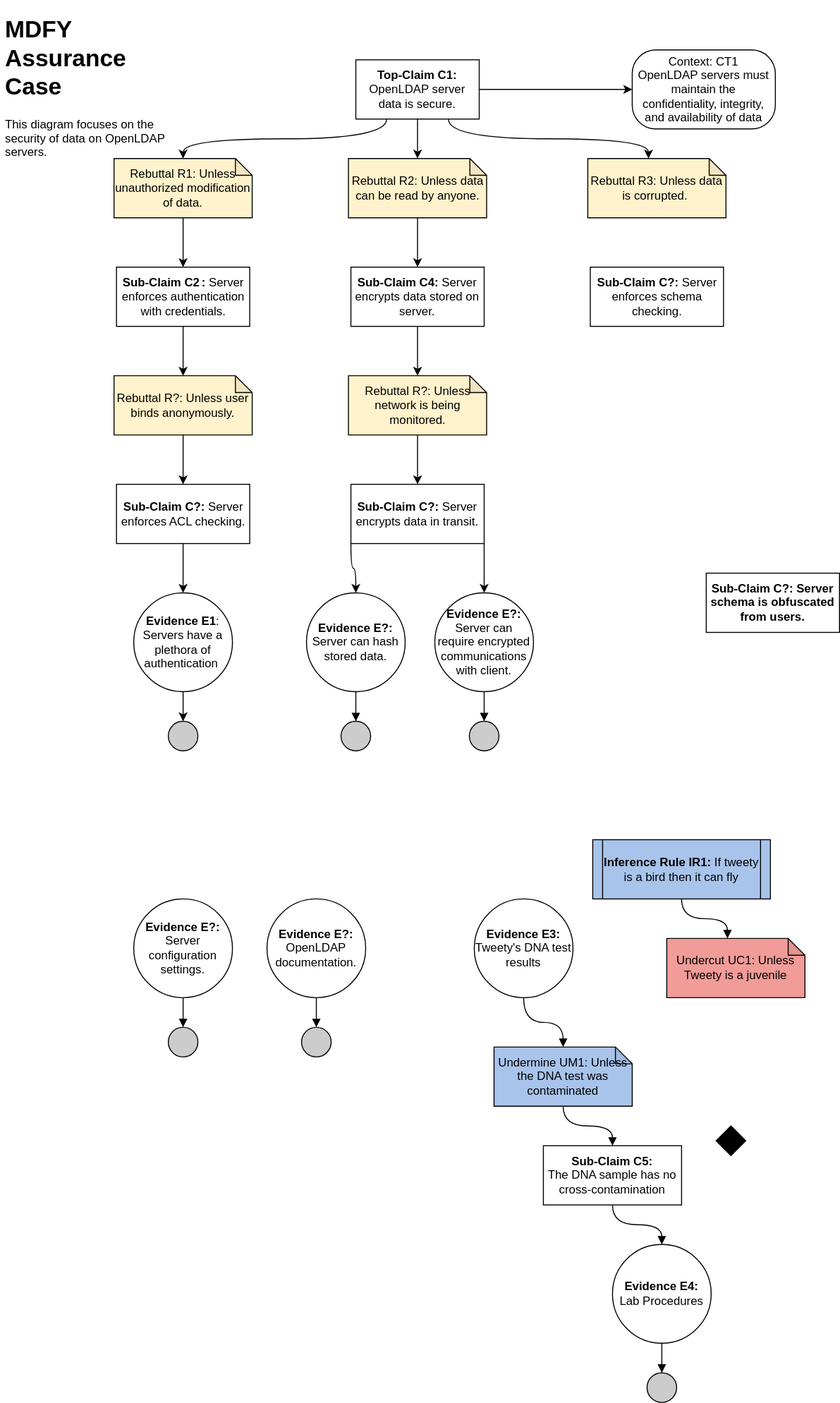
The draw.io diagram images/MDFY_Assurance_Case.drawio.svg in bartelsjoshuac/SAPG, before a commit. Source tidied: cells renumbered, new cells last; positions are measured from the earlier drawing's top-left corner, leaving out a move shared by most shapes.
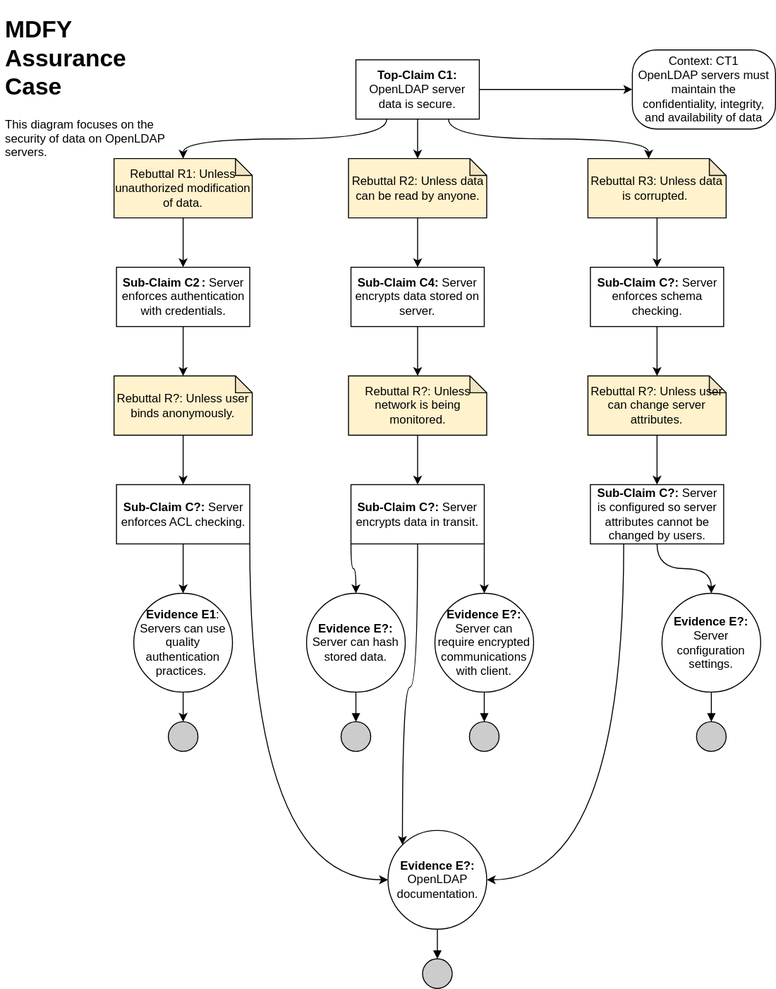
After the commit.

The edit, as a diff of the source:
```diff
@@ -20,60 +20,21 @@
     <mxCell id="7" style="edgeStyle=orthogonalEdgeStyle;rounded=0;jettySize=auto;html=1;exitX=0.5;exitY=1;exitDx=0;exitDy=0;entryX=0.5;entryY=0;entryDx=0;entryDy=0;" parent="1" edge="1" source="8" target="11">
       <mxGeometry relative="1" as="geometry" />
     </mxCell>
-    <mxCell id="8" value="&lt;b&gt;Evidence E1&lt;/b&gt;:&lt;br&gt;Servers have a plethora of authentication&amp;nbsp;" style="ellipse;whiteSpace=wrap;html=1;fillColor=#ffffff;rounded=0;" parent="1" vertex="1">
+    <mxCell id="8" value="&lt;b&gt;Evidence E1&lt;/b&gt;:&lt;br&gt;Servers can use quality authentication practices.&amp;nbsp;" style="ellipse;whiteSpace=wrap;html=1;fillColor=#ffffff;rounded=0;" parent="1" vertex="1">
       <mxGeometry x="135" y="590" width="100" height="100" as="geometry" />
     </mxCell>
     <mxCell id="9" style="edgeStyle=orthogonalEdgeStyle;curved=1;rounded=0;jettySize=auto;html=1;entryX=0.5;entryY=0;entryDx=0;entryDy=0;endArrow=block;endFill=1;" parent="1" edge="1" source="10" target="12">
       <mxGeometry relative="1" as="geometry" />
     </mxCell>
     <mxCell id="10" value="&lt;b&gt;Evidence E?:&lt;/b&gt;&lt;br&gt;OpenLDAP documentation." style="ellipse;whiteSpace=wrap;html=1;fillColor=#ffffff;rounded=0;" parent="1" vertex="1">
-      <mxGeometry x="270" y="900" width="100" height="100" as="geometry" />
+      <mxGeometry x="392.5" y="830" width="100" height="100" as="geometry" />
     </mxCell>
     <mxCell id="11" style="ellipse;whiteSpace=wrap;html=1;fillColor=#CCCCCC;" parent="1" vertex="1">
       <mxGeometry x="170" y="720" width="30" height="30" as="geometry" />
     </mxCell>
     <mxCell id="12" style="ellipse;whiteSpace=wrap;html=1;fillColor=#CCCCCC;" parent="1" vertex="1">
-      <mxGeometry x="305" y="1030" width="30" height="30" as="geometry" />
+      <mxGeometry x="427.5" y="960" width="30" height="30" as="geometry" />
     </mxCell>
-    <mxCell id="13" style="edgeStyle=orthogonalEdgeStyle;curved=1;rounded=0;jettySize=auto;html=1;entryX=0.5;entryY=0;entryDx=0;entryDy=0;entryPerimeter=0;endArrow=block;endFill=1;" parent="1" edge="1" source="14" target="16">
-      <mxGeometry relative="1" as="geometry" />
-    </mxCell>
-    <mxCell id="14" value="&lt;b&gt;Evidence E3:&lt;/b&gt;&lt;br&gt;Tweety's DNA test results" style="ellipse;whiteSpace=wrap;html=1;fillColor=#ffffff;rounded=0;" parent="1" vertex="1">
-      <mxGeometry x="480" y="900" width="100" height="100" as="geometry" />
-    </mxCell>
-    <mxCell id="15" style="edgeStyle=orthogonalEdgeStyle;curved=1;rounded=0;jettySize=auto;html=1;endArrow=block;endFill=1;" parent="1" edge="1" source="16" target="18">
-      <mxGeometry relative="1" as="geometry" />
-    </mxCell>
-    <mxCell id="16" value="Undermine UM1: Unless the DNA test was contaminated" style="shape=note;whiteSpace=wrap;html=1;backgroundOutline=1;darkOpacity=0.05;size=17;fillColor=#A9C4EB;" parent="1" vertex="1">
-      <mxGeometry x="500" y="1050" width="140" height="60" as="geometry" />
-    </mxCell>
-    <mxCell id="17" style="edgeStyle=orthogonalEdgeStyle;curved=1;rounded=0;jettySize=auto;html=1;endArrow=block;endFill=1;" parent="1" edge="1" source="18" target="20">
-      <mxGeometry relative="1" as="geometry" />
-    </mxCell>
-    <mxCell id="18" value="&lt;b&gt;Sub-Claim C5:&lt;br&gt;&lt;/b&gt;The DNA sample has no cross-contamination" style="rounded=0;whiteSpace=wrap;html=1;" parent="1" vertex="1">
-      <mxGeometry x="550" y="1150" width="140" height="60" as="geometry" />
-    </mxCell>
-    <mxCell id="19" style="edgeStyle=orthogonalEdgeStyle;curved=1;rounded=0;jettySize=auto;html=1;entryX=0.5;entryY=0;entryDx=0;entryDy=0;endArrow=block;endFill=1;" parent="1" edge="1" source="20" target="21">
-      <mxGeometry relative="1" as="geometry" />
-    </mxCell>
-    <mxCell id="20" value="&lt;b&gt;Evidence E4:&lt;/b&gt;&lt;br&gt;Lab Procedures" style="ellipse;whiteSpace=wrap;html=1;fillColor=#ffffff;rounded=0;" parent="1" vertex="1">
-      <mxGeometry x="620" y="1250" width="100" height="100" as="geometry" />
-    </mxCell>
-    <mxCell id="21" style="ellipse;whiteSpace=wrap;html=1;fillColor=#CCCCCC;" parent="1" vertex="1">
-      <mxGeometry x="655" y="1380" width="30" height="30" as="geometry" />
-    </mxCell>
-    <mxCell id="22" style="edgeStyle=orthogonalEdgeStyle;curved=1;rounded=0;jettySize=auto;html=1;entryX=0;entryY=0;entryDx=61.5;entryDy=0;entryPerimeter=0;endArrow=block;endFill=1;" parent="1" edge="1" source="23" target="24">
-      <mxGeometry relative="1" as="geometry" />
-    </mxCell>
-    <mxCell id="23" value="&lt;b&gt;Inference Rule IR1:&lt;/b&gt; If tweety is a bird then it can fly" style="shape=process;whiteSpace=wrap;html=1;backgroundOutline=1;fillColor=#A9C4EB;size=0.05555555555555555;" parent="1" vertex="1">
-      <mxGeometry x="600" y="840" width="180" height="60" as="geometry" />
-    </mxCell>
-    <mxCell id="24" value="Undercut UC1: Unless Tweety is a juvenile" style="shape=note;whiteSpace=wrap;html=1;backgroundOutline=1;darkOpacity=0.05;size=17;fillColor=#F19C99;" parent="1" vertex="1">
-      <mxGeometry x="675" y="940" width="140" height="60" as="geometry" />
-    </mxCell>
-    <mxCell id="25" style="rhombus;whiteSpace=wrap;html=1;fillColor=#000000;" parent="1" vertex="1">
-      <mxGeometry x="725" y="1130" width="30" height="30" as="geometry" />
-    </mxCell>
     <mxCell id="26" value="&lt;b&gt;Sub-Claim C2&lt;span style=&quot;white-space: pre;&quot;&gt;&#9;&lt;/span&gt;: &lt;/b&gt;Server enforces authentication with credentials." style="rounded=0;whiteSpace=wrap;html=1;" parent="1" vertex="1">
       <mxGeometry x="117.5" y="260" width="135" height="60" as="geometry" />
     </mxCell>
@@ -83,6 +44,9 @@
     <mxCell id="28" value="Rebuttal R1: Unless unauthorized modification of data." style="shape=note;whiteSpace=wrap;html=1;backgroundOutline=1;darkOpacity=0.05;size=17;fillColor=#FFF2CC;" parent="1" vertex="1">
       <mxGeometry x="115" y="150" width="140" height="60" as="geometry" />
     </mxCell>
+    <mxCell id="57" style="edgeStyle=orthogonalEdgeStyle;rounded=0;jettySize=auto;html=1;exitX=0.5;exitY=1;exitDx=0;exitDy=0;exitPerimeter=0;entryX=0.5;entryY=0;entryDx=0;entryDy=0;" parent="1" edge="1" source="29" target="34">
+      <mxGeometry relative="1" as="geometry" />
+    </mxCell>
     <mxCell id="29" value="Rebuttal R3: Unless data is corrupted.&amp;nbsp;" style="shape=note;whiteSpace=wrap;html=1;backgroundOutline=1;darkOpacity=0.05;size=17;fillColor=#FFF2CC;" parent="1" vertex="1">
       <mxGeometry x="595" y="150" width="140" height="60" as="geometry" />
     </mxCell>
@@ -101,9 +65,6 @@
     <mxCell id="34" value="&lt;b&gt;Sub-Claim C?: &lt;/b&gt;Server enforces schema checking." style="rounded=0;whiteSpace=wrap;html=1;" parent="1" vertex="1">
       <mxGeometry x="597.5" y="260" width="135" height="60" as="geometry" />
     </mxCell>
-    <mxCell id="35" value="&lt;b&gt;Sub-Claim C?: Server schema is obfuscated from users.&lt;br&gt;&lt;/b&gt;" style="rounded=0;whiteSpace=wrap;html=1;" parent="1" vertex="1">
-      <mxGeometry x="715" y="570" width="135" height="60" as="geometry" />
-    </mxCell>
     <mxCell id="36" style="edgeStyle=orthogonalEdgeStyle;rounded=0;jettySize=auto;html=1;exitX=0.5;exitY=1;exitDx=0;exitDy=0;exitPerimeter=0;entryX=0.5;entryY=0;entryDx=0;entryDy=0;" parent="1" edge="1" source="37" target="43">
       <mxGeometry relative="1" as="geometry" />
     </mxCell>
@@ -119,12 +80,18 @@
     <mxCell id="40" style="edgeStyle=orthogonalEdgeStyle;rounded=0;jettySize=auto;html=1;exitX=1;exitY=1;exitDx=0;exitDy=0;entryX=0.5;entryY=0;entryDx=0;entryDy=0;" parent="1" edge="1" source="41" target="55">
       <mxGeometry relative="1" as="geometry" />
     </mxCell>
+    <mxCell id="58" style="edgeStyle=orthogonalEdgeStyle;rounded=0;jettySize=auto;html=1;exitX=0.5;exitY=1;exitDx=0;exitDy=0;entryX=0;entryY=0;entryDx=0;entryDy=0;curved=1;" parent="1" edge="1" source="41" target="10">
+      <mxGeometry relative="1" as="geometry" />
+    </mxCell>
     <mxCell id="41" value="&lt;b&gt;Sub-Claim C?: &lt;/b&gt;Server encrypts data in transit." style="rounded=0;whiteSpace=wrap;html=1;" parent="1" vertex="1">
       <mxGeometry x="355" y="480" width="135" height="60" as="geometry" />
     </mxCell>
     <mxCell id="42" style="edgeStyle=orthogonalEdgeStyle;rounded=0;jettySize=auto;html=1;exitX=0.5;exitY=1;exitDx=0;exitDy=0;entryX=0.5;entryY=0;entryDx=0;entryDy=0;" parent="1" edge="1" source="43" target="8">
       <mxGeometry relative="1" as="geometry" />
     </mxCell>
+    <mxCell id="59" style="edgeStyle=orthogonalEdgeStyle;rounded=0;jettySize=auto;html=1;exitX=1;exitY=1;exitDx=0;exitDy=0;entryX=0;entryY=0.5;entryDx=0;entryDy=0;curved=1;" parent="1" edge="1" source="43" target="10">
+      <mxGeometry relative="1" as="geometry" />
+    </mxCell>
     <mxCell id="43" value="&lt;b&gt;Sub-Claim C?: &lt;/b&gt;Server enforces ACL checking." style="rounded=0;whiteSpace=wrap;html=1;" parent="1" vertex="1">
       <mxGeometry x="117.5" y="480" width="135" height="60" as="geometry" />
     </mxCell>
@@ -144,10 +111,10 @@
       <mxGeometry relative="1" as="geometry" />
     </mxCell>
     <mxCell id="49" value="&lt;b&gt;Evidence E?: &lt;/b&gt;Server configuration settings." style="ellipse;whiteSpace=wrap;html=1;fillColor=#ffffff;rounded=0;" parent="1" vertex="1">
-      <mxGeometry x="135" y="900" width="100" height="100" as="geometry" />
+      <mxGeometry x="670" y="590" width="100" height="100" as="geometry" />
     </mxCell>
     <mxCell id="50" style="ellipse;whiteSpace=wrap;html=1;fillColor=#CCCCCC;" parent="1" vertex="1">
-      <mxGeometry x="170" y="1030" width="30" height="30" as="geometry" />
+      <mxGeometry x="705" y="720" width="30" height="30" as="geometry" />
     </mxCell>
     <mxCell id="51" style="edgeStyle=orthogonalEdgeStyle;curved=1;rounded=0;jettySize=auto;html=1;entryX=0.5;entryY=0;entryDx=0;entryDy=0;endArrow=block;endFill=1;" parent="1" edge="1" source="52" target="53">
       <mxGeometry relative="1" as="geometry" />
@@ -167,5 +134,23 @@
     <mxCell id="56" style="ellipse;whiteSpace=wrap;html=1;fillColor=#CCCCCC;" parent="1" vertex="1">
       <mxGeometry x="475" y="720" width="30" height="30" as="geometry" />
     </mxCell>
+    <mxCell id="60" style="edgeStyle=orthogonalEdgeStyle;rounded=0;jettySize=auto;html=1;exitX=0.5;exitY=1;exitDx=0;exitDy=0;exitPerimeter=0;entryX=0.5;entryY=0;entryDx=0;entryDy=0;" parent="1" edge="1" source="61" target="65">
+      <mxGeometry relative="1" as="geometry" />
+    </mxCell>
+    <mxCell id="61" value="Rebuttal R?: Unless user can change server attributes." style="shape=note;whiteSpace=wrap;html=1;backgroundOutline=1;darkOpacity=0.05;size=17;fillColor=#FFF2CC;" parent="1" vertex="1">
+      <mxGeometry x="595" y="370" width="140" height="60" as="geometry" />
+    </mxCell>
+    <mxCell id="62" style="edgeStyle=orthogonalEdgeStyle;rounded=0;jettySize=auto;html=1;exitX=0.5;exitY=1;exitDx=0;exitDy=0;entryX=0.5;entryY=0;entryDx=0;entryDy=0;entryPerimeter=0;" parent="1" edge="1" source="34" target="61">
+      <mxGeometry relative="1" as="geometry" />
+    </mxCell>
+    <mxCell id="63" style="edgeStyle=orthogonalEdgeStyle;rounded=0;jettySize=auto;html=1;exitX=0.5;exitY=1;exitDx=0;exitDy=0;entryX=0.5;entryY=0;entryDx=0;entryDy=0;curved=1;" parent="1" edge="1" source="65" target="49">
+      <mxGeometry relative="1" as="geometry" />
+    </mxCell>
+    <mxCell id="64" style="edgeStyle=orthogonalEdgeStyle;rounded=0;jettySize=auto;html=1;exitX=0.25;exitY=1;exitDx=0;exitDy=0;entryX=1;entryY=0.5;entryDx=0;entryDy=0;curved=1;" parent="1" edge="1" source="65" target="10">
+      <mxGeometry relative="1" as="geometry" />
+    </mxCell>
+    <mxCell id="65" value="&lt;b&gt;Sub-Claim C?: &lt;/b&gt;Server is configured so server attributes cannot be changed by users." style="rounded=0;whiteSpace=wrap;html=1;" parent="1" vertex="1">
+      <mxGeometry x="597.5" y="480" width="135" height="60" as="geometry" />
+    </mxCell>
   </root>
 </mxGraphModel>
```
